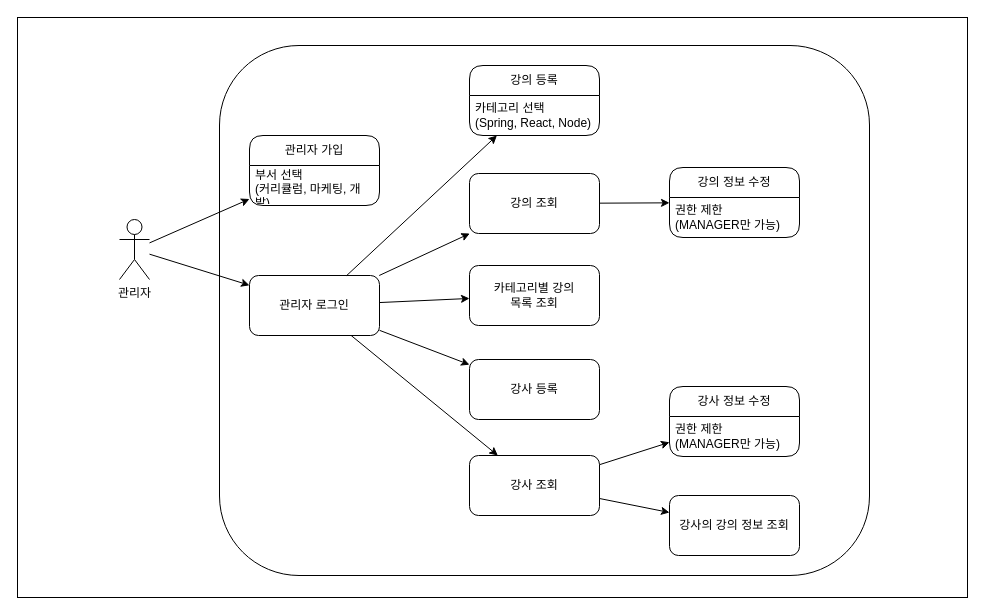
Before: src/main/resources/static/lv3 UCD.drawio in hyouoo/springLearn, a draw.io diagram. Source tidied: cells renumbered, new cells numbered last; positions are measured from the earlier drawing's top-left corner, leaving out a move shared by most shapes. Both pictures are drawn from the tidied source at 100%, with x=0, y=0 at pixel (17, 17).
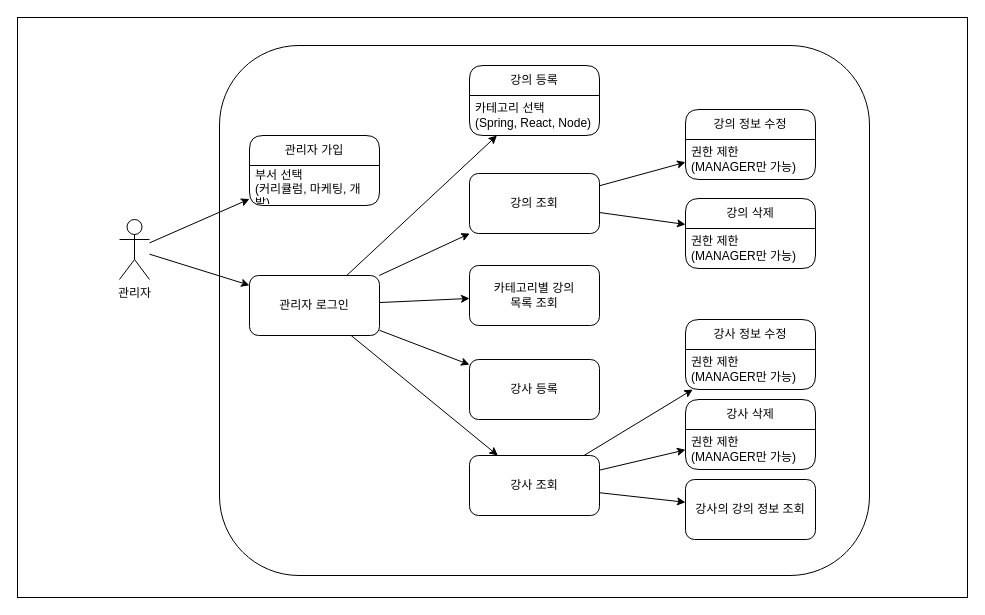
Above is the later version.

Unchanged cells that the change refers to:
```xml
<mxCell id="10" value="강의 조회" style="rounded=1;whiteSpace=wrap;html=1;" parent="1" vertex="1">
  <mxGeometry x="452" y="156" width="130" height="60" as="geometry" />
</mxCell>
<mxCell id="15" value="강사 조회" style="rounded=1;whiteSpace=wrap;html=1;" parent="1" vertex="1">
  <mxGeometry x="452" y="438" width="130" height="60" as="geometry" />
</mxCell>
```

The edit, as a diff of the source:
```diff
@@
     <mxCell id="11" value="강사 정보 수정" style="swimlane;fontStyle=0;horizontal=1;startSize=30;whiteSpace=wrap;html=1;rounded=1;" parent="1" vertex="1">
-      <mxGeometry x="652" y="369" width="130" height="70" as="geometry" />
+      <mxGeometry x="668" y="302" width="130" height="70" as="geometry" />
     </mxCell>
@@
     <mxCell id="22" value="강의 정보 수정" style="swimlane;fontStyle=0;horizontal=1;startSize=30;whiteSpace=wrap;html=1;rounded=1;" parent="1" vertex="1">
-      <mxGeometry x="652" y="150" width="130" height="70" as="geometry" />
+      <mxGeometry x="668" y="92" width="130" height="70" as="geometry" />
     </mxCell>
@@
     <mxCell id="25" value="강사의 강의 정보 조회" style="rounded=1;whiteSpace=wrap;html=1;" parent="1" vertex="1">
-      <mxGeometry x="652" y="478" width="130" height="60" as="geometry" />
+      <mxGeometry x="668" y="462" width="130" height="60" as="geometry" />
     </mxCell>
@@
+    <mxCell id="29" value="강의 삭제" style="swimlane;fontStyle=0;horizontal=1;startSize=30;whiteSpace=wrap;html=1;rounded=1;" parent="1" vertex="1">
+      <mxGeometry x="668" y="181" width="130" height="70" as="geometry" />
+    </mxCell>
+    <mxCell id="30" value="권한 제한&lt;br&gt;(MANAGER만 가능)" style="text;strokeColor=none;fillColor=none;align=left;verticalAlign=middle;spacingLeft=4;spacingRight=4;overflow=hidden;whiteSpace=wrap;html=1;" parent="29" vertex="1">
+      <mxGeometry y="30" width="130" height="40" as="geometry" />
+    </mxCell>
+    <mxCell id="31" style="endArrow=classic;html=1;rounded=0;" parent="1" edge="1" source="10" target="29">
+      <mxGeometry relative="1" as="geometry" />
+    </mxCell>
+    <mxCell id="32" value="강사 삭제" style="swimlane;fontStyle=0;horizontal=1;startSize=30;whiteSpace=wrap;html=1;rounded=1;" parent="1" vertex="1">
+      <mxGeometry x="668" y="382" width="130" height="70" as="geometry" />
+    </mxCell>
+    <mxCell id="33" value="권한 제한&lt;br&gt;(MANAGER만 가능)" style="text;strokeColor=none;fillColor=none;align=left;verticalAlign=middle;spacingLeft=4;spacingRight=4;overflow=hidden;whiteSpace=wrap;html=1;" parent="32" vertex="1">
+      <mxGeometry y="30" width="130" height="40" as="geometry" />
+    </mxCell>
+    <mxCell id="34" style="endArrow=classic;html=1;rounded=0;" parent="1" edge="1" source="15" target="32">
+      <mxGeometry relative="1" as="geometry" />
+    </mxCell>
```
